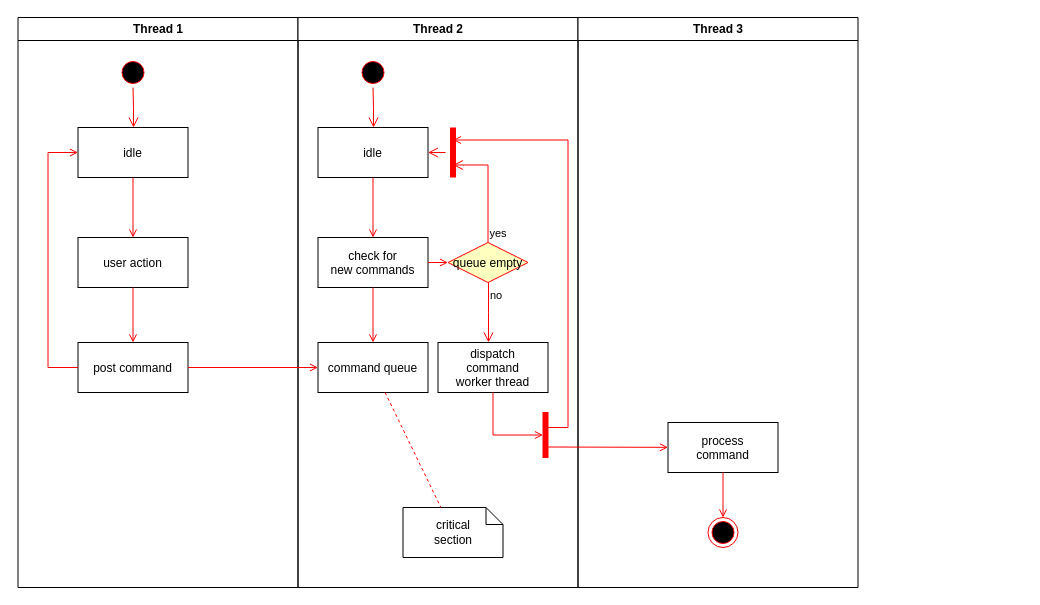
Above: Untitled Diagram.drawio in celebrateyang/aga (draw.io), before the change. Source tidied: cells renumbered, new cells numbered last; positions are measured from the earlier drawing's top-left corner, leaving out a move shared by most shapes. Both pictures are drawn from the tidied source at 100%, with x=0, y=0 at pixel (17, 17).
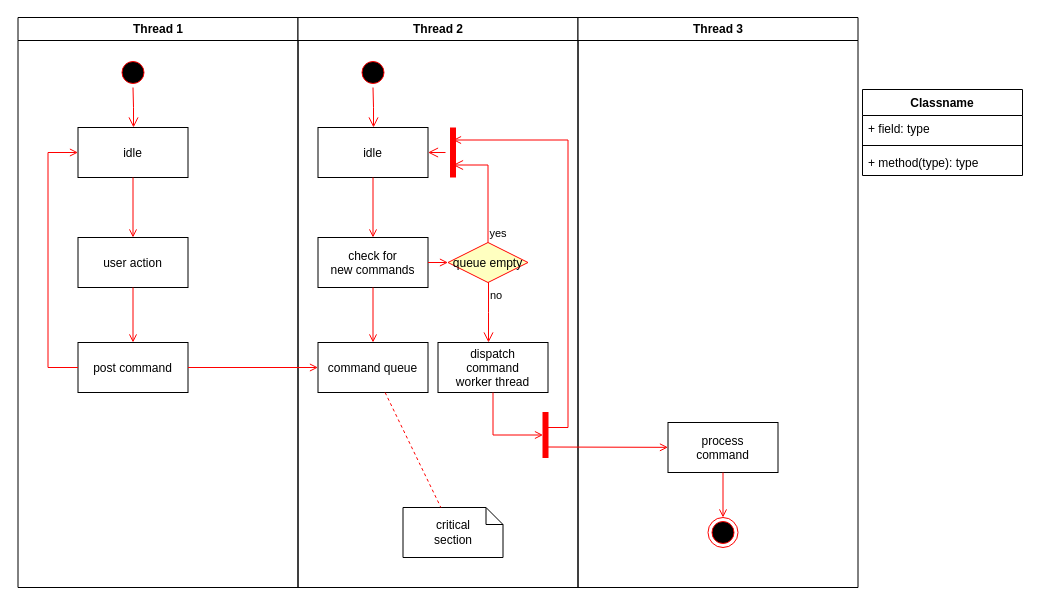
After the change.

What changed in the source:
```diff
@@
+    <mxCell id="37" value="Classname" style="swimlane;fontStyle=1;align=center;verticalAlign=top;horizontal=1;startSize=26;" parent="1" vertex="1">
+      <mxGeometry x="845" y="72" width="160" height="86" as="geometry" />
+    </mxCell>
+    <mxCell id="38" value="+ field: type" style="text;strokeColor=none;fillColor=none;align=left;verticalAlign=top;spacingLeft=4;spacingRight=4;overflow=hidden;" parent="37" vertex="1">
+      <mxGeometry y="26" width="160" height="26" as="geometry" />
+    </mxCell>
+    <mxCell id="39" style="line;strokeWidth=1;fillColor=none;align=left;verticalAlign=middle;spacingTop=-1;spacingLeft=3;spacingRight=3;labelPosition=right;" parent="37" vertex="1">
+      <mxGeometry y="52" width="160" height="8" as="geometry" />
+    </mxCell>
+    <mxCell id="40" value="+ method(type): type" style="text;strokeColor=none;fillColor=none;align=left;verticalAlign=top;spacingLeft=4;spacingRight=4;overflow=hidden;" parent="37" vertex="1">
+      <mxGeometry y="60" width="160" height="26" as="geometry" />
+    </mxCell>
```
